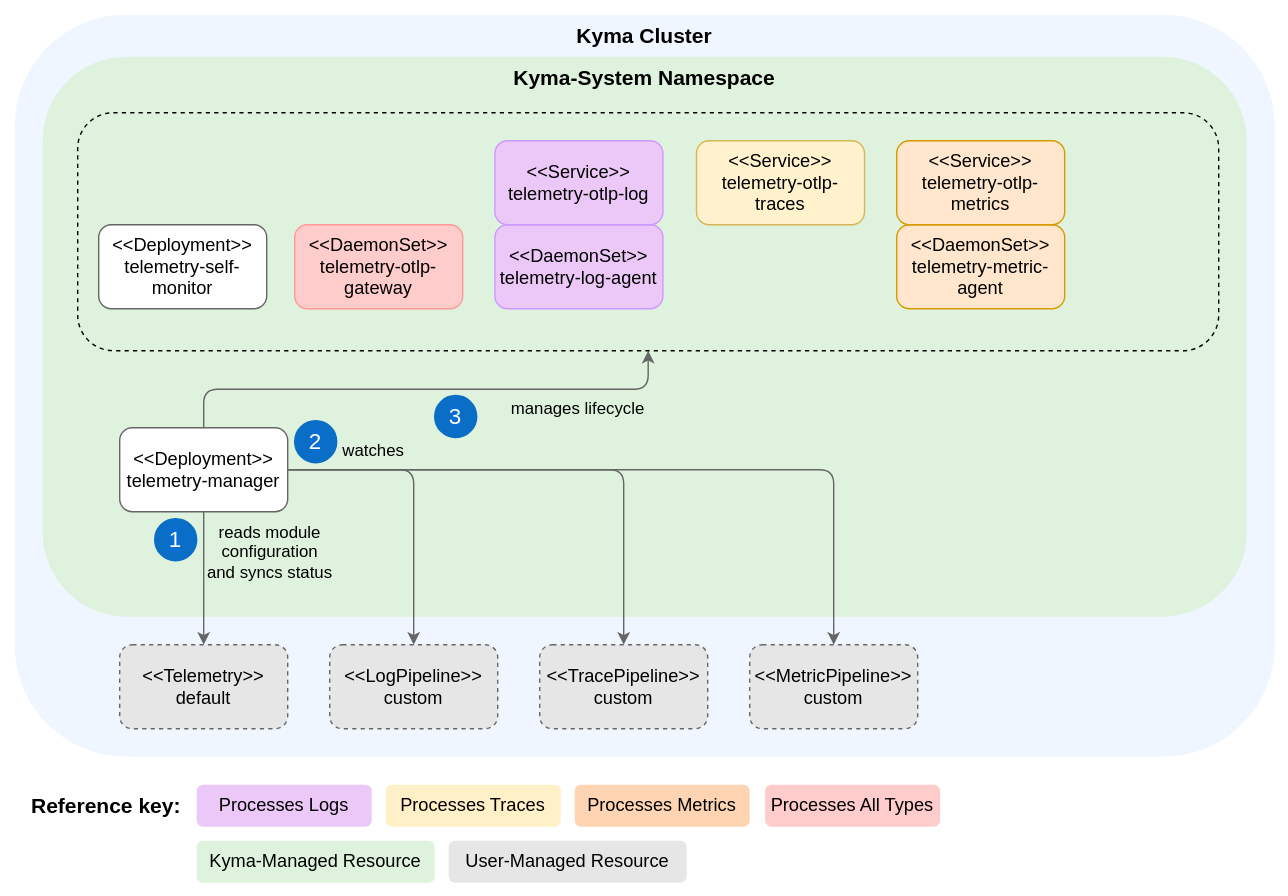
The draw.io diagram docs/user/assets/manager-resources.drawio.svg in kyma-project/telemetry-manager, before a commit. Source tidied: cells renumbered, new cells last; positions are measured from the earlier drawing's top-left corner, leaving out a move shared by most shapes.
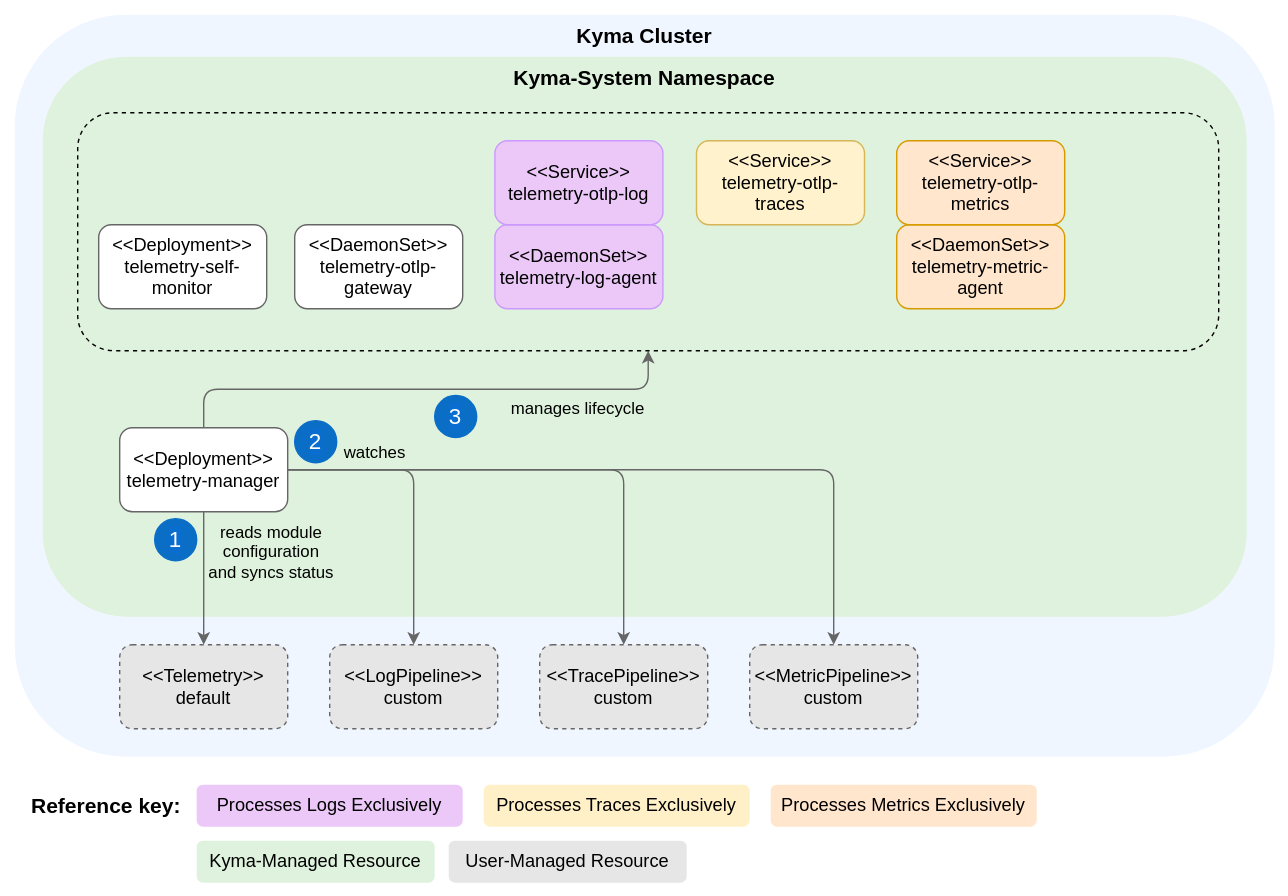
The same file after the commit.

Commit message:
docs: adjust diagrams according to new OTLP Gateway architecture

Diff of the diagram source:
```diff
@@ -11,14 +11,14 @@
     <mxCell id="4" value="&lt;font style=&quot;font-size: 15px;&quot;&gt;&lt;b&gt;Reference key:&lt;/b&gt;&lt;/font&gt;" style="text;html=1;align=center;verticalAlign=middle;strokeColor=none;fillColor=#FFFFFF;fontColor=#000000;" parent="1" vertex="1">
       <mxGeometry x="10" y="560" width="130" height="30" as="geometry" />
     </mxCell>
-    <mxCell id="5" value="&lt;span style=&quot;color: rgb(0, 0, 0); font-family: Helvetica; font-size: 13px; font-style: normal; font-variant-ligatures: normal; font-variant-caps: normal; font-weight: 400; letter-spacing: normal; orphans: 2; text-indent: 0px; text-transform: none; widows: 2; word-spacing: 0px; -webkit-text-stroke-width: 0px; text-decoration-thickness: initial; text-decoration-style: initial; text-decoration-color: initial; float: none; display: inline !important;&quot;&gt;Processes Logs&lt;/span&gt;" style="text;whiteSpace=wrap;html=1;strokeColor=none;rounded=1;fillColor=#ecc8f9;align=center;fontSize=13;" parent="1" vertex="1">
-      <mxGeometry x="140" y="560" width="125" height="30" as="geometry" />
+    <mxCell id="5" value="&lt;span style=&quot;color: rgb(0, 0, 0); font-family: Helvetica; font-size: 13px; font-style: normal; font-variant-ligatures: normal; font-variant-caps: normal; font-weight: 400; letter-spacing: normal; orphans: 2; text-indent: 0px; text-transform: none; widows: 2; word-spacing: 0px; -webkit-text-stroke-width: 0px; text-decoration-thickness: initial; text-decoration-style: initial; text-decoration-color: initial; float: none; display: inline !important;&quot;&gt;Processes Logs Exclusively&lt;/span&gt;" style="text;whiteSpace=wrap;html=1;strokeColor=none;rounded=1;fillColor=#ecc8f9;align=center;fontSize=13;" parent="1" vertex="1">
+      <mxGeometry x="140" y="560" width="190" height="30" as="geometry" />
     </mxCell>
-    <mxCell id="6" value="&lt;span style=&quot;color: rgb(0, 0, 0); font-family: Helvetica; font-size: 13px; font-style: normal; font-variant-ligatures: normal; font-variant-caps: normal; font-weight: 400; letter-spacing: normal; orphans: 2; text-indent: 0px; text-transform: none; widows: 2; word-spacing: 0px; -webkit-text-stroke-width: 0px; text-decoration-thickness: initial; text-decoration-style: initial; text-decoration-color: initial; float: none; display: inline !important;&quot;&gt;Processes Traces&lt;/span&gt;" style="text;whiteSpace=wrap;html=1;strokeColor=none;rounded=1;fillColor=#fff0c7;align=center;fontSize=13;" parent="1" vertex="1">
-      <mxGeometry x="275" y="560" width="125" height="30" as="geometry" />
+    <mxCell id="6" value="&lt;span style=&quot;color: rgb(0, 0, 0); font-family: Helvetica; font-size: 13px; font-style: normal; font-variant-ligatures: normal; font-variant-caps: normal; font-weight: 400; letter-spacing: normal; orphans: 2; text-indent: 0px; text-transform: none; widows: 2; word-spacing: 0px; -webkit-text-stroke-width: 0px; text-decoration-thickness: initial; text-decoration-style: initial; text-decoration-color: initial; float: none; display: inline !important;&quot;&gt;Processes Traces Exclusively&lt;/span&gt;" style="text;whiteSpace=wrap;html=1;strokeColor=none;rounded=1;fillColor=#fff0c7;align=center;fontSize=13;" parent="1" vertex="1">
+      <mxGeometry x="345" y="560" width="190" height="30" as="geometry" />
     </mxCell>
-    <mxCell id="7" value="&lt;span style=&quot;color: rgb(0, 0, 0); font-family: Helvetica; font-size: 13px; font-style: normal; font-variant-ligatures: normal; font-variant-caps: normal; font-weight: 400; letter-spacing: normal; orphans: 2; text-indent: 0px; text-transform: none; widows: 2; word-spacing: 0px; -webkit-text-stroke-width: 0px; text-decoration-thickness: initial; text-decoration-style: initial; text-decoration-color: initial; float: none; display: inline !important;&quot;&gt;Processes Metrics&lt;/span&gt;" style="text;whiteSpace=wrap;html=1;strokeColor=none;rounded=1;fillColor=#ffd4b3;align=center;fontSize=13;" parent="1" vertex="1">
-      <mxGeometry x="410" y="560" width="125" height="30" as="geometry" />
+    <mxCell id="7" value="&lt;span style=&quot;color: rgb(0, 0, 0); font-family: Helvetica; font-size: 13px; font-style: normal; font-variant-ligatures: normal; font-variant-caps: normal; font-weight: 400; letter-spacing: normal; orphans: 2; text-indent: 0px; text-transform: none; widows: 2; word-spacing: 0px; -webkit-text-stroke-width: 0px; text-decoration-thickness: initial; text-decoration-style: initial; text-decoration-color: initial; float: none; display: inline !important;&quot;&gt;Processes Metrics Exclusively&lt;/span&gt;" style="text;whiteSpace=wrap;html=1;strokeColor=none;rounded=1;fillColor=#FFE6CC;align=center;fontSize=13;" parent="1" vertex="1">
+      <mxGeometry x="550" y="560" width="190" height="30" as="geometry" />
     </mxCell>
     <mxCell id="8" value="&lt;b style=&quot;color: rgb(0, 0, 0); font-size: 15px;&quot;&gt;Kyma-System Namespace&lt;br style=&quot;font-size: 15px;&quot;&gt;&lt;/b&gt;" style="rounded=1;whiteSpace=wrap;html=1;dashed=1;fillColor=#DEF2DD;strokeColor=none;verticalAlign=top;fontSize=15;" parent="1" vertex="1">
       <mxGeometry x="30" y="40" width="860" height="400" as="geometry" />
@@ -71,7 +71,7 @@
     <mxCell id="22" style="rounded=1;whiteSpace=wrap;html=1;dashed=1;fontSize=13;fillColor=none;" parent="1" vertex="1">
       <mxGeometry x="55" y="80" width="815" height="170" as="geometry" />
     </mxCell>
-    <mxCell id="23" value="&lt;font style=&quot;font-size: 13px;&quot;&gt;&amp;lt;&amp;lt;DaemonSet&amp;gt;&amp;gt;&lt;br style=&quot;font-size: 13px;&quot;&gt;telemetry-otlp-gateway&lt;/font&gt;" style="rounded=1;whiteSpace=wrap;html=1;strokeColor=#FF9999;fillColor=#FFCCCC;fontSize=13;" parent="1" vertex="1">
+    <mxCell id="23" value="&lt;font color=&quot;#000000&quot; style=&quot;font-size: 13px;&quot;&gt;&amp;lt;&amp;lt;DaemonSet&amp;gt;&amp;gt;&lt;br style=&quot;font-size: 13px;&quot;&gt;telemetry-otlp-gateway&lt;/font&gt;" style="rounded=1;whiteSpace=wrap;html=1;strokeColor=#666666;fillColor=#FFFFFF;fontSize=13;" parent="1" vertex="1">
       <mxGeometry x="210" y="160" width="120" height="60" as="geometry" />
     </mxCell>
     <mxCell id="24" value="&amp;lt;&amp;lt;Service&amp;gt;&amp;gt;&lt;br style=&quot;font-size: 13px;&quot;&gt;telemetry-otlp-traces" style="rounded=1;whiteSpace=wrap;html=1;strokeColor=#d6b656;fontSize=13;fillColor=#fff2cc;" parent="1" vertex="1">
@@ -107,8 +107,5 @@
     <mxCell id="34" value="&amp;lt;&amp;lt;Service&amp;gt;&amp;gt;&lt;br style=&quot;font-size: 13px;&quot;&gt;telemetry-otlp-log" style="rounded=1;whiteSpace=wrap;html=1;strokeColor=#CC99FF;fontSize=13;fillColor=#ECC8F9;" parent="1" vertex="1">
       <mxGeometry x="353" y="100" width="120" height="60" as="geometry" />
     </mxCell>
-    <mxCell id="35" value="&lt;span style=&quot;color: rgb(0, 0, 0); font-family: Helvetica; font-size: 13px; font-style: normal; font-variant-ligatures: normal; font-variant-caps: normal; font-weight: 400; letter-spacing: normal; orphans: 2; text-indent: 0px; text-transform: none; widows: 2; word-spacing: 0px; -webkit-text-stroke-width: 0px; text-decoration-thickness: initial; text-decoration-style: initial; text-decoration-color: initial; float: none; display: inline !important;&quot;&gt;Processes All Types&lt;/span&gt;" style="text;whiteSpace=wrap;html=1;strokeColor=none;rounded=1;fillColor=#FFCCCC;align=center;fontSize=13;" parent="1" vertex="1">
-      <mxGeometry x="546" y="560" width="125" height="30" as="geometry" />
-    </mxCell>
   </root>
 </mxGraphModel>
```
